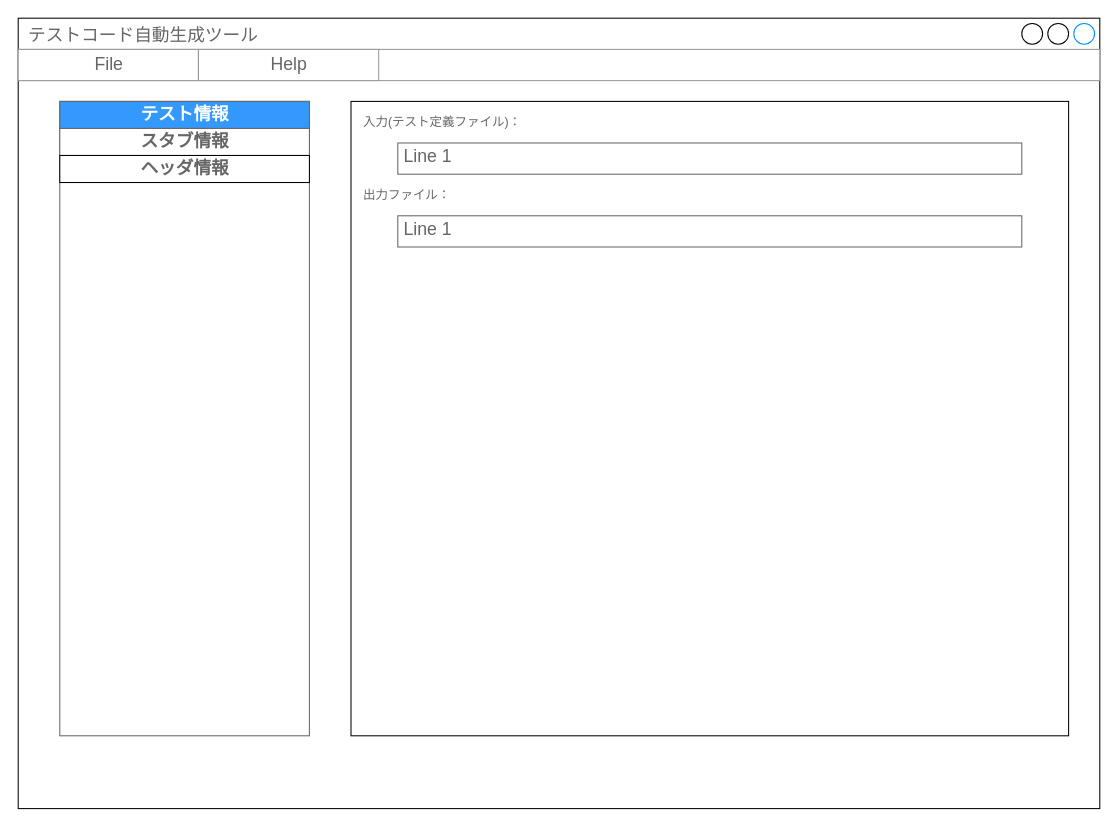
Earlier version of the draw.io diagram page "テスト情報" (2 of 4) of AutoTestPrep/doc/design/AutoTestPrep_ViewLayout.drawio (CountrySideEngineer/TestSupportTools). Source tidied: cells renumbered, new cells numbered last; positions are measured from the earlier drawing's top-left corner, leaving out a move shared by most shapes. Both pictures are drawn from the tidied source at 104%, with x=0, y=0 at pixel (18, 18).
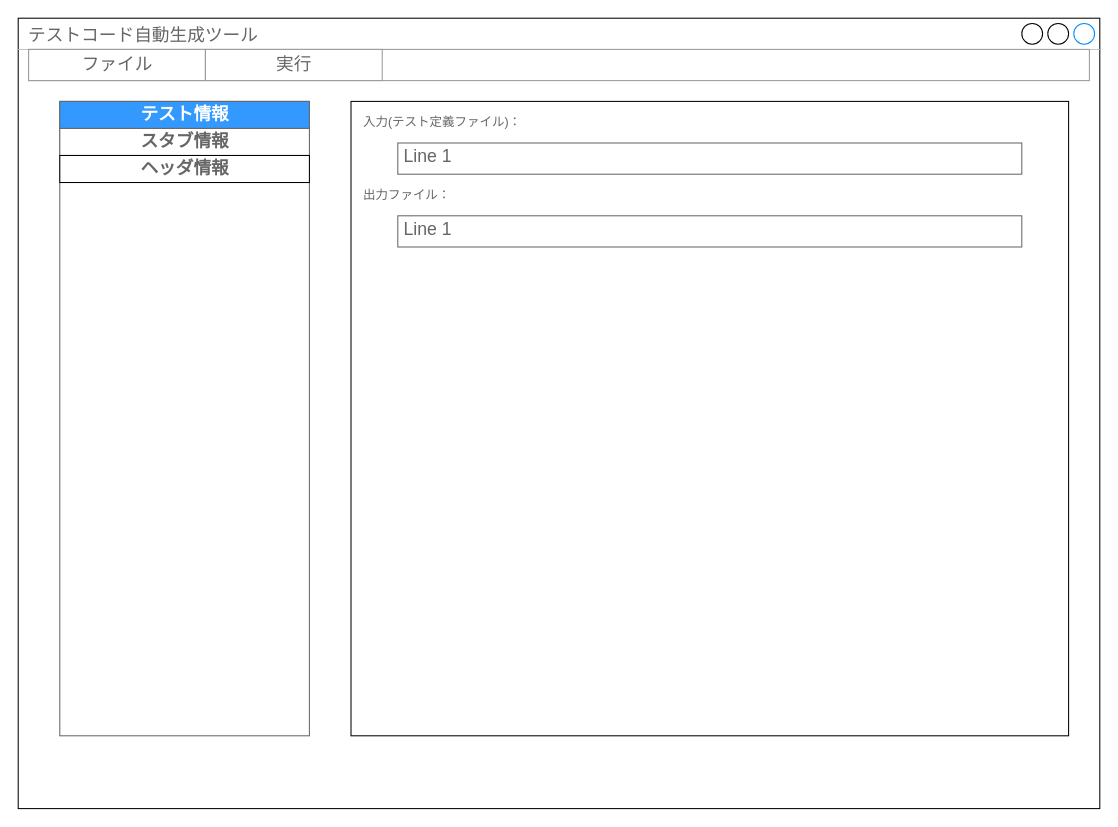
The same page after the edit.

The edit, as a diff of the source:
```diff
@@
 <mxGraphModel background="#ffffff">
   <root>
     <mxCell id="0" />
     <mxCell id="1" parent="0" />
     <mxCell id="2" value="テストコード自動生成ツール" style="strokeWidth=1;shadow=0;dashed=0;align=center;html=1;shape=mxgraph.mockup.containers.window;align=left;verticalAlign=top;spacingLeft=8;strokeColor2=#008cff;strokeColor3=#c4c4c4;fontColor=#666666;mainText=;fontSize=17;labelBackgroundColor=none;" parent="1" vertex="1">
       <mxGeometry width="1040" height="760" as="geometry" />
     </mxCell>
     <mxCell id="3" style="strokeWidth=1;shadow=0;dashed=0;align=center;html=1;shape=mxgraph.mockup.containers.rrect;rSize=0;strokeColor=#666666;" parent="1" vertex="1">
       <mxGeometry x="40" y="80" width="240" height="610" as="geometry" />
     </mxCell>
     <mxCell id="4" value="テスト情報" style="strokeColor=inherit;fillColor=#3399FF;gradientColor=none;strokeWidth=1;shadow=0;dashed=0;align=center;html=1;shape=mxgraph.mockup.containers.rrect;rSize=0;fontSize=17;fontColor=#FFFFFF;fontStyle=1;" parent="3" vertex="1">
       <mxGeometry width="240" height="26" relative="1" as="geometry" />
     </mxCell>
     <mxCell id="5" value="スタブ情報" style="strokeColor=inherit;fillColor=inherit;gradientColor=inherit;strokeWidth=1;shadow=0;dashed=0;align=center;html=1;shape=mxgraph.mockup.containers.rrect;rSize=0;fontSize=17;fontColor=#666666;fontStyle=1;" parent="3" vertex="1">
       <mxGeometry width="240" height="26" relative="1" as="geometry">
         <mxPoint y="26" as="offset" />
       </mxGeometry>
     </mxCell>
     <mxCell id="6" value="ヘッダ情報" style="strokeWidth=1;shadow=0;dashed=0;align=center;html=1;shape=mxgraph.mockup.containers.rrect;rSize=0;fontSize=17;fontColor=#666666;fontStyle=1;fillColor=#FFFFFF;strokeColor=#000000;gradientColor=#ffffff;" parent="3" vertex="1">
       <mxGeometry width="240" height="26" relative="1" as="geometry">
         <mxPoint y="52" as="offset" />
       </mxGeometry>
     </mxCell>
-    <mxCell id="7" style="strokeWidth=1;shadow=0;dashed=0;align=center;html=1;shape=mxgraph.mockup.forms.rrect;rSize=0;strokeColor=#999999;" parent="1" vertex="1">
-      <mxGeometry y="30" width="1040" height="30" as="geometry" />
-    </mxCell>
-    <mxCell id="8" value="File" style="strokeColor=inherit;fillColor=inherit;gradientColor=inherit;strokeWidth=1;shadow=0;dashed=0;align=center;html=1;shape=mxgraph.mockup.forms.rrect;rSize=0;fontSize=17;fontColor=#666666;" parent="7" vertex="1">
-      <mxGeometry width="173.3" height="30" as="geometry" />
-    </mxCell>
-    <mxCell id="9" value="Help" style="strokeColor=inherit;fillColor=inherit;gradientColor=inherit;strokeWidth=1;shadow=0;dashed=0;align=center;html=1;shape=mxgraph.mockup.forms.rrect;rSize=0;fontSize=17;fontColor=#666666;" parent="7" vertex="1">
-      <mxGeometry x="173.3" width="173.3" height="30" as="geometry" />
-    </mxCell>
     <mxCell id="10" style="rounded=0;whiteSpace=wrap;html=1;strokeColor=#000000;fillColor=#FFFFFF;gradientColor=#ffffff;fontColor=#666666;" parent="1" vertex="1">
       <mxGeometry x="320" y="80" width="690" height="610" as="geometry" />
     </mxCell>
     <mxCell id="11" value="入力(テスト定義ファイル)：" style="text;html=1;strokeColor=none;fillColor=none;align=left;verticalAlign=middle;whiteSpace=wrap;rounded=0;fontColor=#666666;spacingLeft=10;" parent="1" vertex="1">
       <mxGeometry x="320" y="80" width="690" height="40" as="geometry" />
     </mxCell>
     <mxCell id="12" value="Line 1" style="strokeWidth=1;shadow=0;dashed=0;align=center;html=1;shape=mxgraph.mockup.text.textBox;fontColor=#666666;align=left;fontSize=17;spacingLeft=4;spacingTop=-3;strokeColor=#666666;mainText=;fillColor=#FFFFFF;gradientColor=#ffffff;verticalAlign=middle;" parent="1" vertex="1">
       <mxGeometry x="365" y="120" width="600" height="30" as="geometry" />
     </mxCell>
     <mxCell id="13" value="出力ファイル：" style="text;html=1;strokeColor=none;fillColor=none;align=left;verticalAlign=middle;whiteSpace=wrap;rounded=0;fontColor=#666666;spacingLeft=10;" parent="1" vertex="1">
       <mxGeometry x="320" y="150" width="690" height="40" as="geometry" />
     </mxCell>
     <mxCell id="14" value="Line 1" style="strokeWidth=1;shadow=0;dashed=0;align=center;html=1;shape=mxgraph.mockup.text.textBox;fontColor=#666666;align=left;fontSize=17;spacingLeft=4;spacingTop=-3;strokeColor=#666666;mainText=;fillColor=#FFFFFF;gradientColor=#ffffff;verticalAlign=middle;" parent="1" vertex="1">
       <mxGeometry x="365" y="190" width="600" height="30" as="geometry" />
     </mxCell>
+    <mxCell id="15" style="strokeWidth=1;shadow=0;dashed=0;align=center;html=1;shape=mxgraph.mockup.forms.rrect;rSize=0;strokeColor=#999999;" parent="1" vertex="1">
+      <mxGeometry x="10" y="30" width="1020" height="30" as="geometry" />
+    </mxCell>
+    <mxCell id="16" value="ファイル" style="strokeColor=inherit;fillColor=inherit;gradientColor=inherit;strokeWidth=1;shadow=0;dashed=0;align=center;html=1;shape=mxgraph.mockup.forms.rrect;rSize=0;fontSize=17;fontColor=#666666;" parent="15" vertex="1">
+      <mxGeometry width="170" height="30" as="geometry" />
+    </mxCell>
+    <mxCell id="17" value="実行" style="strokeColor=inherit;fillColor=inherit;gradientColor=inherit;strokeWidth=1;shadow=0;dashed=0;align=center;html=1;shape=mxgraph.mockup.forms.rrect;rSize=0;fontSize=17;fontColor=#666666;" parent="15" vertex="1">
+      <mxGeometry x="170" width="170" height="30" as="geometry" />
+    </mxCell>
   </root>
 </mxGraphModel>
```
